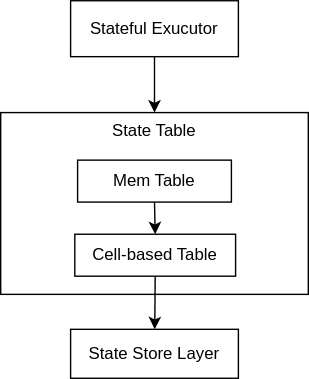
This is docs/images/relational-table-layer/relational-table-01.svg from risingwavelabs/risingwave, a draw.io export, as it was before one commit. Source tidied: cells renumbered, new cells last; positions are measured from the earlier drawing's top-left corner, leaving out a move shared by most shapes.
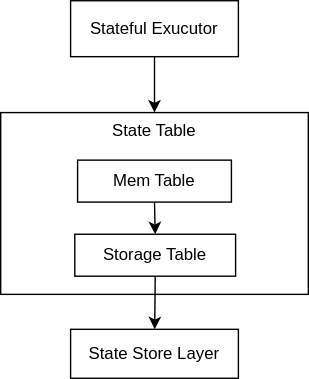
After the commit.

Commit message:
update docs: rename cell-based table to storage table

Change to the diagram source:
```diff
@@ -14,7 +14,7 @@
     <mxCell id="5" value="Mem Table" style="rounded=0;whiteSpace=wrap;html=1;" parent="1" vertex="1">
       <mxGeometry x="55" y="114" width="110" height="30" as="geometry" />
     </mxCell>
-    <mxCell id="6" value="Cell-based Table" style="rounded=0;whiteSpace=wrap;html=1;" parent="1" vertex="1">
+    <mxCell id="6" value="Storage Table" style="rounded=0;whiteSpace=wrap;html=1;" parent="1" vertex="1">
       <mxGeometry x="53" y="167" width="115" height="30" as="geometry" />
     </mxCell>
     <mxCell id="7" value="State Table" style="text;html=1;strokeColor=none;fillColor=none;align=center;verticalAlign=middle;whiteSpace=wrap;rounded=0;" parent="1" vertex="1">
```
